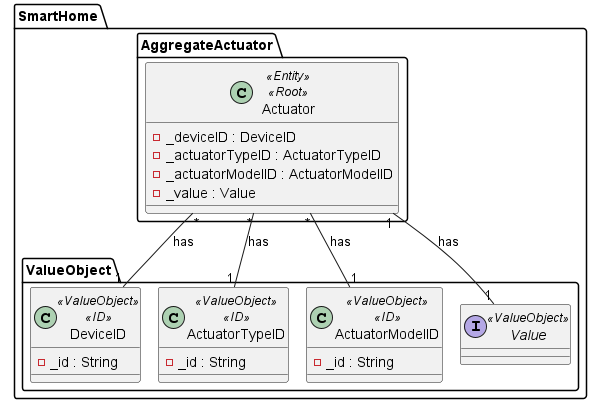
The PlantUML diagram docs/general/agreggateModels/Actuator.png in olivDiogo/SmartHome, before a commit. Source of this version:
```plantuml
@startuml
!pragma layout smetana

package SmartHome.AggregateActuator {
    class Actuator <<Entity>> <<Root>> {
        - _deviceID : DeviceID
        - _actuatorTypeID : ActuatorTypeID
        - _actuatorModelID : ActuatorModelID
        - _value : Value
    }
}

package SmartHome.ValueObject {
    class DeviceID <<ValueObject>> <<ID>> {
        - _id : String
    }

    class ActuatorTypeID <<ValueObject>> <<ID>> {
        - _id : String
    }
    class ActuatorModelID <<ValueObject>> <<ID>> {
        - _id : String
    }

    interface Value <<ValueObject>>{
    }
}

Actuator "*" -- "1" ActuatorTypeID : has
Actuator "*" -- "1" ActuatorModelID : has
Actuator "1" -- "1" Value : has
Actuator "*" -- "1" DeviceID : has


@enduml
```
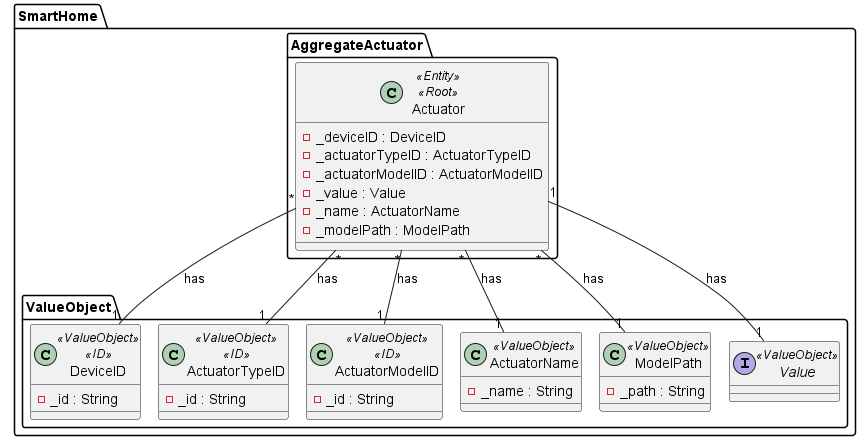
After the change.

The edit, as a diff of the source:
```diff
@@ -7,6 +7,8 @@
         - _actuatorTypeID : ActuatorTypeID
         - _actuatorModelID : ActuatorModelID
         - _value : Value
+        - _name : ActuatorName
+        - _modelPath : ModelPath
     }
 }
 
@@ -18,8 +20,17 @@
     class ActuatorTypeID <<ValueObject>> <<ID>> {
         - _id : String
     }
+
     class ActuatorModelID <<ValueObject>> <<ID>> {
         - _id : String
+    }
+
+    class ActuatorName <<ValueObject>> {
+        - _name : String
+    }
+
+    class ModelPath <<ValueObject>> {
+        - _path : String
     }
 
     interface Value <<ValueObject>>{
@@ -30,6 +41,6 @@
 Actuator "*" -- "1" ActuatorModelID : has
 Actuator "1" -- "1" Value : has
 Actuator "*" -- "1" DeviceID : has
-
-
+Actuator "*" -- "1" ActuatorName : has
+Actuator "*" -- "1" ModelPath : has
 @enduml
```
